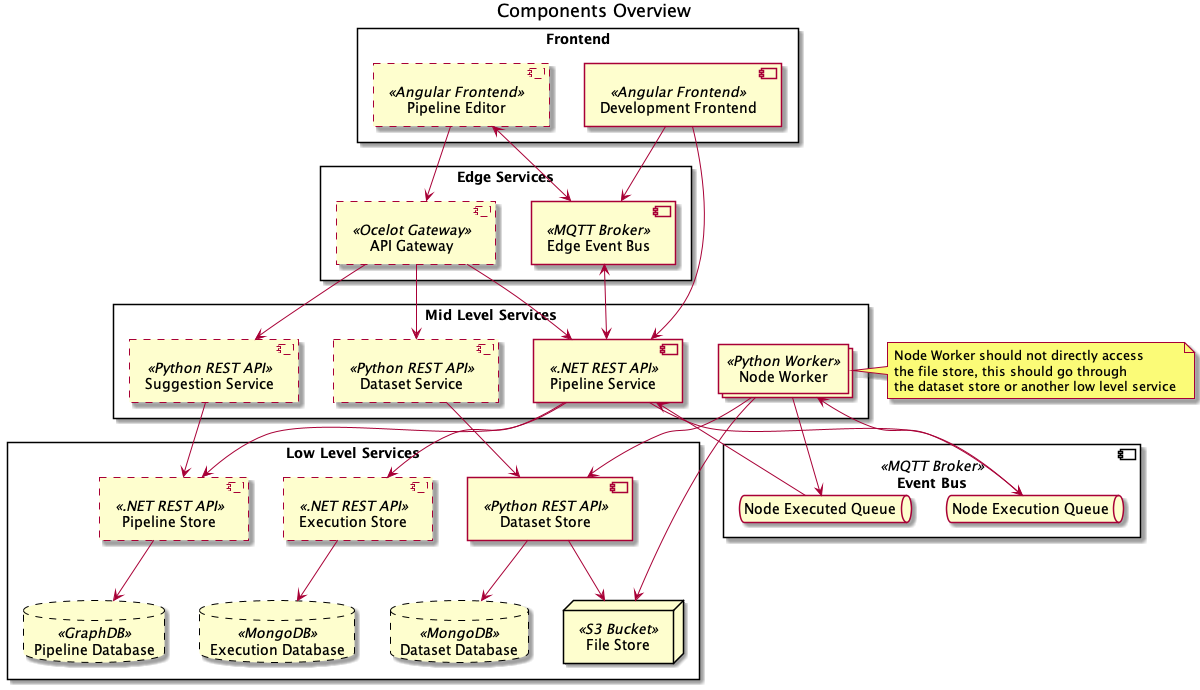
The PlantUML diagram docs/architecture/overview.png in project-hanse/prototype-a, before a commit.
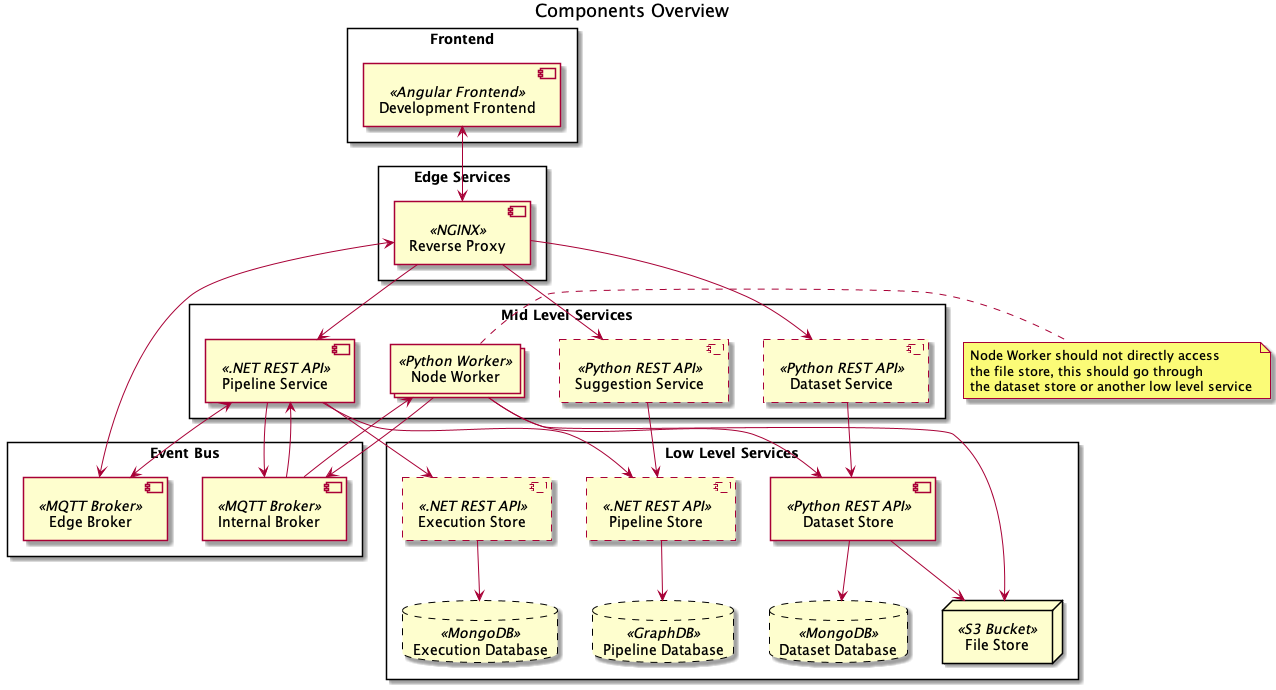
Later version of the same file.

Commit message:
[PH-204] Updated architecture diagram

What changed in the source:
```diff
@@ -4,13 +4,16 @@
 
 
 rectangle "Frontend" {
-    component #line.dashed "Pipeline Editor" << Angular Frontend>> as pipeline_editor
     component "Development Frontend" << Angular Frontend >> as development_frontend
 }
 
 rectangle "Edge Services" {
-    component #line.dashed "API Gateway" << Ocelot Gateway>> as api_gateway
-    component "Edge Event Bus" << MQTT Broker >> as message_broker_edge
+    component "Reverse Proxy" << NGINX >> as reverse_proxy
+}
+
+rectangle "Event Bus"{
+    component "Edge Broker" << MQTT Broker >> as message_broker_edge
+    component "Internal Broker" << MQTT Broker >> as message_broker_internal
 }
 
 rectangle "Mid Level Services" {
@@ -33,19 +36,14 @@
 
 }
 
-component "Event Bus" << MQTT Broker >> as message_broker {
-    queue "Node Execution Queue" as node_execution_queue
-    queue "Node Executed Queue" as node_executed_queue
-}
 
+development_frontend <--> reverse_proxy
 
-pipeline_editor --> api_gateway
-development_frontend --> message_broker_edge
-development_frontend --> pipeline_service
+reverse_proxy --> pipeline_service
+reverse_proxy --> suggestion_service
+reverse_proxy --> dataset_service
+reverse_proxy <--> message_broker_edge
 
-api_gateway --> pipeline_service
-api_gateway --> suggestion_service
-api_gateway --> dataset_service
 
 pipeline_store --> pipeline_db
 dataset_store --> dataset_db
@@ -53,10 +51,10 @@
 execution_store --> execution_db
 
 
-pipeline_service --> node_execution_queue
-node_execution_queue --> worker
-pipeline_service <-- node_executed_queue
-node_executed_queue <-- worker
+pipeline_service --> message_broker_internal
+message_broker_internal --> worker
+pipeline_service <-- message_broker_internal
+message_broker_internal <-- worker
 
 
 worker --> dataset_store
@@ -72,5 +70,4 @@
 dataset_service --> dataset_store
 
 pipeline_service <--> message_broker_edge
-pipeline_editor <--> message_broker_edge
 @enduml
```
